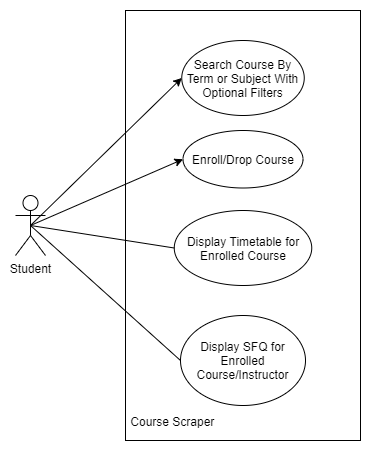
This is Activity1/System Use Case.png from nathan-mhk/COMP3111_Project, a draw.io export, as it was before one commit. Source tidied: cells renumbered, new cells last; positions are measured from the earlier drawing's top-left corner, leaving out a move shared by most shapes.
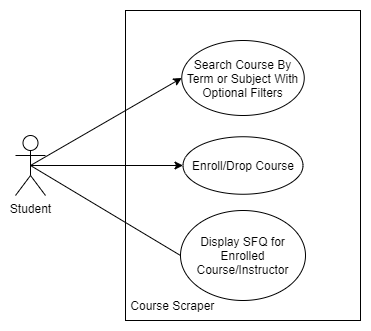
The same diagram one commit later.

Commit message:
Updated Use Case Diagram and corresponding README.md content

Change to the diagram source:
```diff
@@ -2,23 +2,20 @@
   <root>
     <mxCell id="0" />
     <mxCell id="1" parent="0" />
-    <mxCell id="2" value="&lt;div align=&quot;left&quot;&gt;&lt;br&gt;&lt;/div&gt;&lt;div align=&quot;left&quot;&gt;&lt;br&gt;&lt;/div&gt;&lt;div align=&quot;left&quot;&gt;&lt;br&gt;&lt;/div&gt;&lt;div align=&quot;left&quot;&gt;&lt;br&gt;&lt;/div&gt;&lt;div align=&quot;left&quot;&gt;&lt;br&gt;&lt;/div&gt;&lt;div align=&quot;left&quot;&gt;&lt;br&gt;&lt;/div&gt;&lt;div align=&quot;left&quot;&gt;&lt;br&gt;&lt;/div&gt;&lt;div align=&quot;left&quot;&gt;&lt;br&gt;&lt;/div&gt;&lt;div align=&quot;left&quot;&gt;&lt;br&gt;&lt;/div&gt;&lt;div align=&quot;left&quot;&gt;&lt;br&gt;&lt;/div&gt;&lt;div align=&quot;left&quot;&gt;&lt;br&gt;&lt;/div&gt;&lt;div align=&quot;left&quot;&gt;&lt;br&gt;&lt;/div&gt;&lt;div align=&quot;left&quot;&gt;&lt;br&gt;&lt;/div&gt;&lt;div align=&quot;left&quot;&gt;&lt;br&gt;&lt;/div&gt;&lt;div align=&quot;left&quot;&gt;&lt;br&gt;&lt;/div&gt;&lt;div align=&quot;left&quot;&gt;&lt;br&gt;&lt;/div&gt;&lt;div align=&quot;left&quot;&gt;&lt;br&gt;&lt;/div&gt;&lt;div align=&quot;left&quot;&gt;&lt;br&gt;&lt;/div&gt;&lt;div align=&quot;left&quot;&gt;&lt;br&gt;&lt;/div&gt;&lt;div align=&quot;left&quot;&gt;&lt;br&gt;&lt;/div&gt;&lt;div align=&quot;left&quot;&gt;&lt;br&gt;&lt;/div&gt;&lt;div align=&quot;left&quot;&gt;&lt;br&gt;&lt;/div&gt;&lt;div align=&quot;left&quot;&gt;&lt;br&gt;&lt;/div&gt;&lt;div align=&quot;left&quot;&gt;&lt;br&gt;&lt;/div&gt;&lt;div align=&quot;left&quot;&gt;&lt;br&gt;&lt;/div&gt;&lt;div align=&quot;left&quot;&gt;&lt;br&gt;&lt;/div&gt;&lt;div align=&quot;left&quot;&gt;&lt;br&gt;&lt;/div&gt;&lt;div align=&quot;left&quot;&gt;&lt;br&gt;&lt;/div&gt;&lt;div align=&quot;left&quot;&gt;&lt;span&gt;&amp;nbsp;Course Scraper&lt;/span&gt;&lt;br&gt;&lt;/div&gt;" style="rounded=0;whiteSpace=wrap;html=1;align=left;" parent="1" vertex="1">
-      <mxGeometry x="110" width="235" height="430" as="geometry" />
+    <mxCell id="2" value="&lt;div align=&quot;left&quot;&gt;&lt;br&gt;&lt;/div&gt;&lt;div align=&quot;left&quot;&gt;&lt;br&gt;&lt;/div&gt;&lt;div align=&quot;left&quot;&gt;&lt;br&gt;&lt;/div&gt;&lt;div align=&quot;left&quot;&gt;&lt;br&gt;&lt;/div&gt;&lt;div align=&quot;left&quot;&gt;&lt;br&gt;&lt;/div&gt;&lt;div align=&quot;left&quot;&gt;&lt;br&gt;&lt;/div&gt;&lt;div align=&quot;left&quot;&gt;&lt;br&gt;&lt;/div&gt;&lt;div align=&quot;left&quot;&gt;&lt;br&gt;&lt;/div&gt;&lt;div align=&quot;left&quot;&gt;&lt;br&gt;&lt;/div&gt;&lt;div align=&quot;left&quot;&gt;&lt;br&gt;&lt;/div&gt;&lt;div align=&quot;left&quot;&gt;&lt;br&gt;&lt;/div&gt;&lt;div align=&quot;left&quot;&gt;&lt;br&gt;&lt;/div&gt;&lt;div align=&quot;left&quot;&gt;&lt;br&gt;&lt;/div&gt;&lt;div align=&quot;left&quot;&gt;&lt;br&gt;&lt;/div&gt;&lt;div align=&quot;left&quot;&gt;&lt;br&gt;&lt;/div&gt;&lt;div align=&quot;left&quot;&gt;&lt;br&gt;&lt;/div&gt;&lt;div align=&quot;left&quot;&gt;&lt;br&gt;&lt;/div&gt;&lt;div align=&quot;left&quot;&gt;&lt;br&gt;&lt;/div&gt;&lt;div align=&quot;left&quot;&gt;&lt;br&gt;&lt;/div&gt;&lt;div align=&quot;left&quot;&gt;&lt;br&gt;&lt;/div&gt;&lt;div align=&quot;left&quot;&gt;&lt;span&gt;&amp;nbsp;Course Scraper&lt;/span&gt;&lt;br&gt;&lt;/div&gt;" style="rounded=0;whiteSpace=wrap;html=1;align=left;" parent="1" vertex="1">
+      <mxGeometry x="110" width="235" height="310" as="geometry" />
     </mxCell>
     <mxCell id="3" value="Student" style="shape=umlActor;verticalLabelPosition=bottom;labelBackgroundColor=#ffffff;verticalAlign=top;html=1;" parent="1" vertex="1">
-      <mxGeometry y="185" width="30" height="60" as="geometry" />
+      <mxGeometry y="125" width="30" height="60" as="geometry" />
     </mxCell>
     <mxCell id="4" value="Search Course By Term or Subject With Optional Filters" style="ellipse;whiteSpace=wrap;html=1;" parent="1" vertex="1">
       <mxGeometry x="166.2" y="30" width="122.5" height="75" as="geometry" />
     </mxCell>
     <mxCell id="5" value="Display SFQ for Enrolled Course/Instructor" style="ellipse;whiteSpace=wrap;html=1;" parent="1" vertex="1">
-      <mxGeometry x="165" y="305" width="125" height="90" as="geometry" />
+      <mxGeometry x="165" y="200" width="125" height="90" as="geometry" />
     </mxCell>
-    <mxCell id="6" value="Display Timetable for Enrolled Course" style="ellipse;whiteSpace=wrap;html=1;" parent="1" vertex="1">
-      <mxGeometry x="158.8" y="200" width="137.5" height="75" as="geometry" />
-    </mxCell>
     <mxCell id="7" value="Enroll/Drop Course" style="ellipse;whiteSpace=wrap;html=1;" parent="1" vertex="1">
-      <mxGeometry x="167.5" y="120" width="120" height="57.5" as="geometry" />
+      <mxGeometry x="167.5" y="126.2" width="120" height="57.5" as="geometry" />
     </mxCell>
     <mxCell id="8" style="endArrow=classic;html=1;entryX=0;entryY=0.5;entryDx=0;entryDy=0;exitX=0.5;exitY=0.5;exitDx=0;exitDy=0;exitPerimeter=0;" parent="1" edge="1" source="3" target="4">
       <mxGeometry relative="1" as="geometry" />
@@ -29,8 +26,5 @@
     <mxCell id="10" style="endArrow=none;html=1;exitX=0.5;exitY=0.5;exitDx=0;exitDy=0;exitPerimeter=0;entryX=0;entryY=0.5;entryDx=0;entryDy=0;" parent="1" edge="1" source="3" target="5">
       <mxGeometry relative="1" as="geometry" />
     </mxCell>
-    <mxCell id="11" style="endArrow=none;html=1;entryX=0.5;entryY=0.5;entryDx=0;entryDy=0;entryPerimeter=0;exitX=0;exitY=0.5;exitDx=0;exitDy=0;" parent="1" edge="1" source="6" target="3">
-      <mxGeometry relative="1" as="geometry" />
-    </mxCell>
   </root>
 </mxGraphModel>
```
